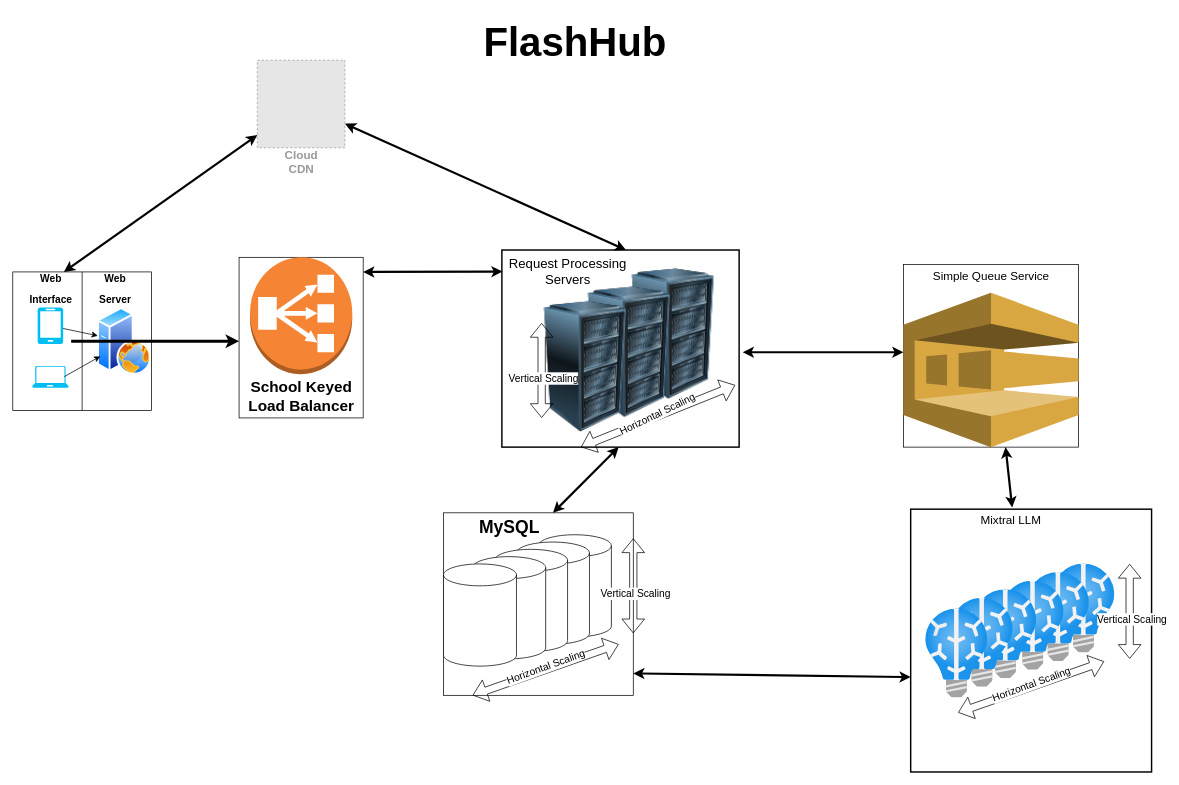
Above: backend/system.drawio in jane-ahone/FlashHub (draw.io), before the change. Source tidied: cells renumbered, new cells numbered last; positions are measured from the earlier drawing's top-left corner, leaving out a move shared by most shapes. Both pictures are drawn from the tidied source at 73%, with x=0, y=0 at pixel (12, 12). Pictures stored in the file or linked from it are replaced by grey dashed boxes.
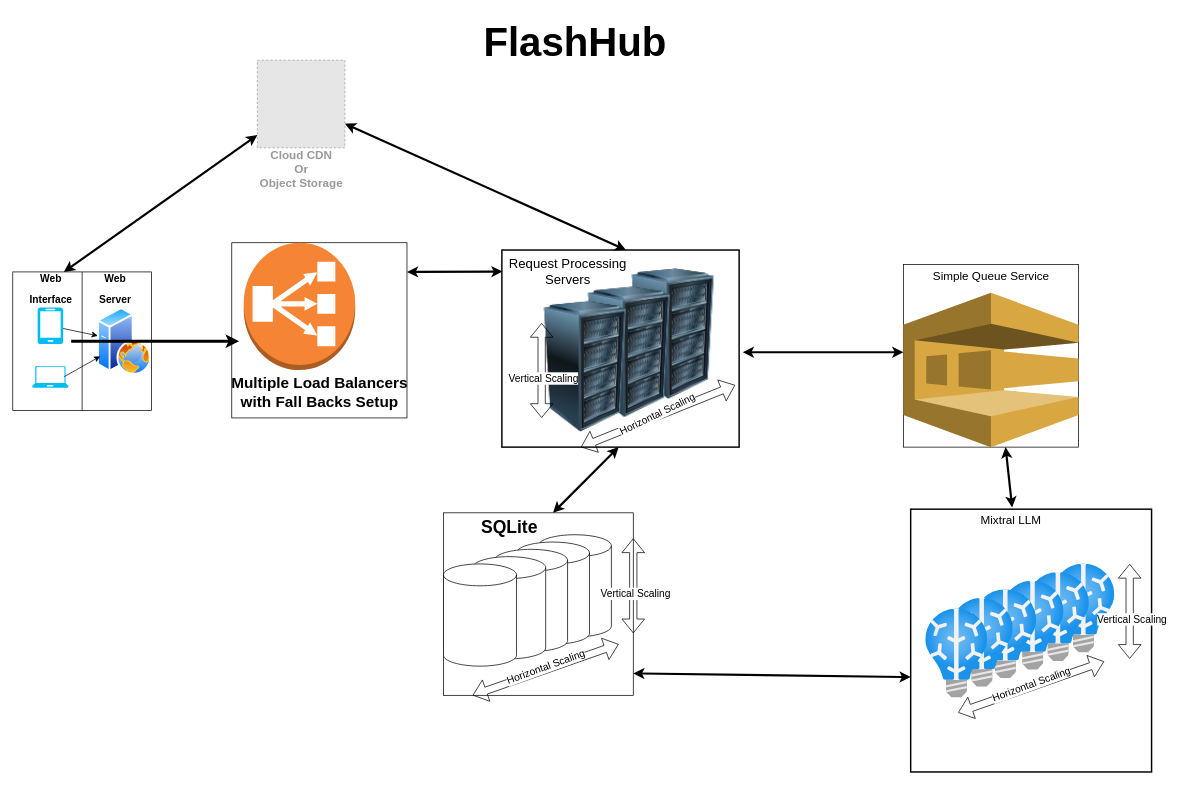
After the change.

The change refers to these unchanged cells:
```xml
<mxCell id="12" style="group;strokeColor=default;" parent="1" vertex="1">
  <mxGeometry x="590" y="685" width="260" height="250" as="geometry" />
</mxCell>
<mxCell id="29" value="&lt;font style=&quot;font-size: 18px;&quot;&gt;Request Processing&lt;br&gt;Servers&lt;/font&gt;" style="text;html=1;align=center;verticalAlign=middle;points=[];strokeColor=none;fillColor=none;fontSize=14;" parent="23" vertex="1">
  <mxGeometry width="180" height="60" as="geometry" />
</mxCell>
```

Diff of the diagram source:
```diff
@@
-    <mxCell id="20" value="MySQL" style="text;strokeColor=none;fillColor=none;html=1;fontSize=24;fontStyle=1;verticalAlign=middle;align=center;" parent="12" vertex="1">
+    <mxCell id="20" value="SQLite" style="text;strokeColor=none;fillColor=none;html=1;fontSize=24;fontStyle=1;verticalAlign=middle;align=center;" parent="12" vertex="1">
       <mxGeometry x="40" width="100" height="40" as="geometry" />
     </mxCell>
@@
     <mxCell id="33" style="group;strokeColor=default;" parent="1" vertex="1">
-      <mxGeometry x="310" y="335" width="170" height="220" as="geometry" />
+      <mxGeometry x="300" y="315" width="240" height="240" as="geometry" />
     </mxCell>
     <mxCell id="34" style="dashed=0;verticalLabelPosition=bottom;verticalAlign=top;align=center;html=1;shape=mxgraph.aws3.classic_load_balancer;fillColor=#F58534;gradientColor=none;fontSize=18;strokeWidth=1;" parent="33" vertex="1">
-      <mxGeometry x="15" width="140" height="160" as="geometry" />
+      <mxGeometry x="16.4" width="152.7" height="174.5" as="geometry" />
     </mxCell>
-    <mxCell id="35" value="&lt;b style=&quot;font-size: 21px;&quot;&gt;School Keyed&lt;br&gt;Load Balancer&lt;/b&gt;" style="text;html=1;align=center;verticalAlign=middle;strokeColor=none;fillColor=none;" parent="33" vertex="1">
-      <mxGeometry y="160" width="170" height="60" as="geometry" />
+    <mxCell id="35" value="&lt;span style=&quot;font-size: 21px;&quot;&gt;&lt;b&gt;Multiple Load Balancers &lt;br&gt;with Fall Backs Setup&lt;/b&gt;&lt;/span&gt;" style="text;html=1;align=center;verticalAlign=middle;strokeColor=none;fillColor=none;" parent="33" vertex="1">
+      <mxGeometry x="-15" y="174.5" width="270" height="60" as="geometry" />
     </mxCell>
     <mxCell id="36" style="endArrow=classic;startArrow=classic;html=1;strokeWidth=3;entryX=0.005;entryY=0.493;entryDx=0;entryDy=0;entryPerimeter=0;" parent="1" edge="1" target="29">
       <mxGeometry relative="1" as="geometry">
-        <mxPoint x="480" y="355" as="sourcePoint" />
+        <mxPoint x="540" y="355" as="sourcePoint" />
       </mxGeometry>
     </mxCell>
@@
-    <mxCell id="38" value="&lt;font style=&quot;font-size: 16px;&quot;&gt;Cloud&lt;br&gt;CDN&lt;/font&gt;" style="fillColor=#E6E6E6;strokeColor=#999999;dashed=1;html=1;verticalAlign=top;labelPosition=center;verticalLabelPosition=bottom;align=center;spacingTop=-6;fontSize=11;fontStyle=1;fontColor=#999999;" parent="1" vertex="1">
+    <mxCell id="38" value="&lt;font style=&quot;font-size: 16px;&quot;&gt;Cloud CDN&lt;br&gt;Or&lt;br&gt;Object Storage&lt;br&gt;&lt;/font&gt;" style="fillColor=#E6E6E6;strokeColor=#999999;dashed=1;html=1;verticalAlign=top;labelPosition=center;verticalLabelPosition=bottom;align=center;spacingTop=-6;fontSize=11;fontStyle=1;fontColor=#999999;" parent="1" vertex="1">
       <mxGeometry x="335" y="65" width="120" height="120" as="geometry" />
     </mxCell>
```
